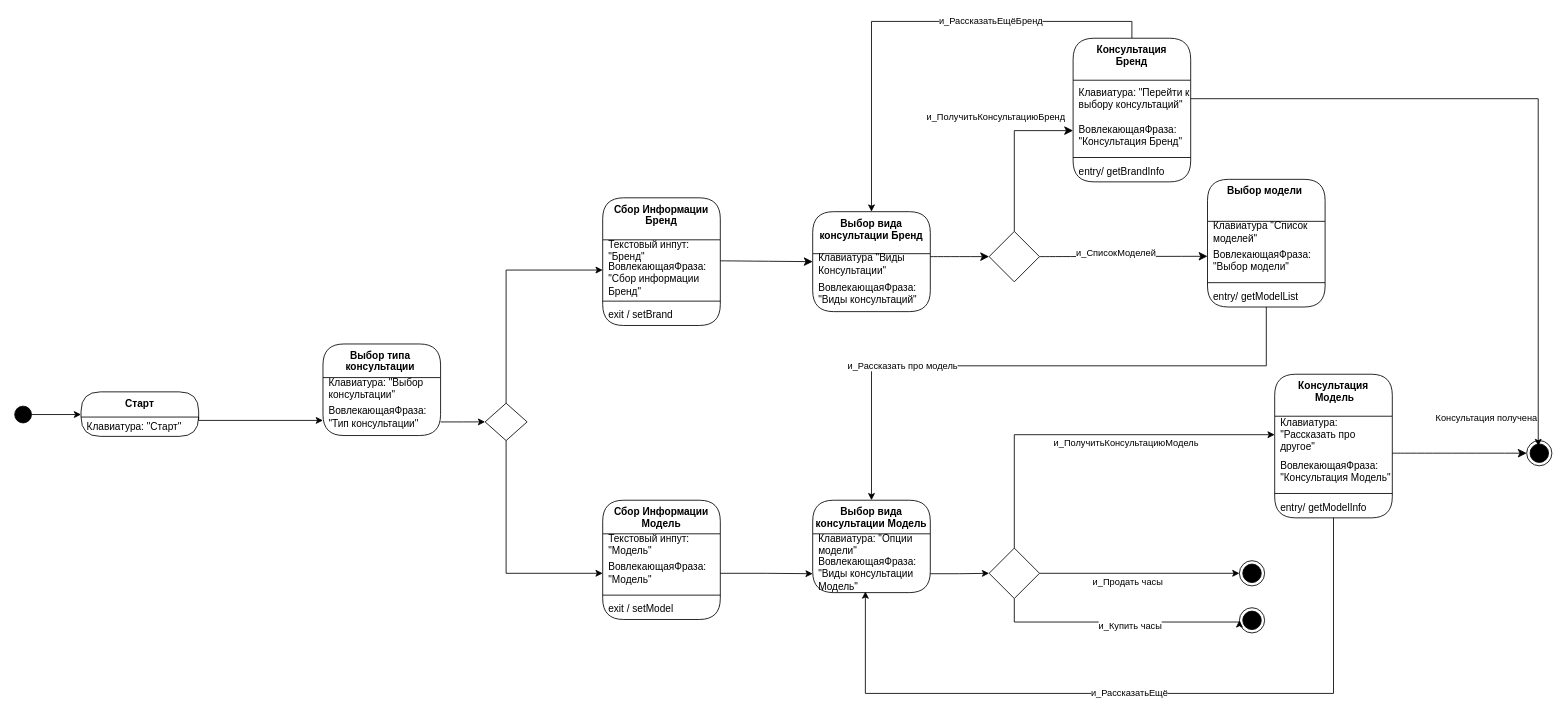
Earlier version of the draw.io diagram page "Сценарий4_Консультации" (4 of 6) of ai_assistent.drawio (careock/aiassistant). Source tidied: cells renumbered, new cells numbered last; positions are measured from the earlier drawing's top-left corner, leaving out a move shared by most shapes. Both pictures are drawn from the tidied source at 84%, with x=0, y=0 at pixel (14, 38).
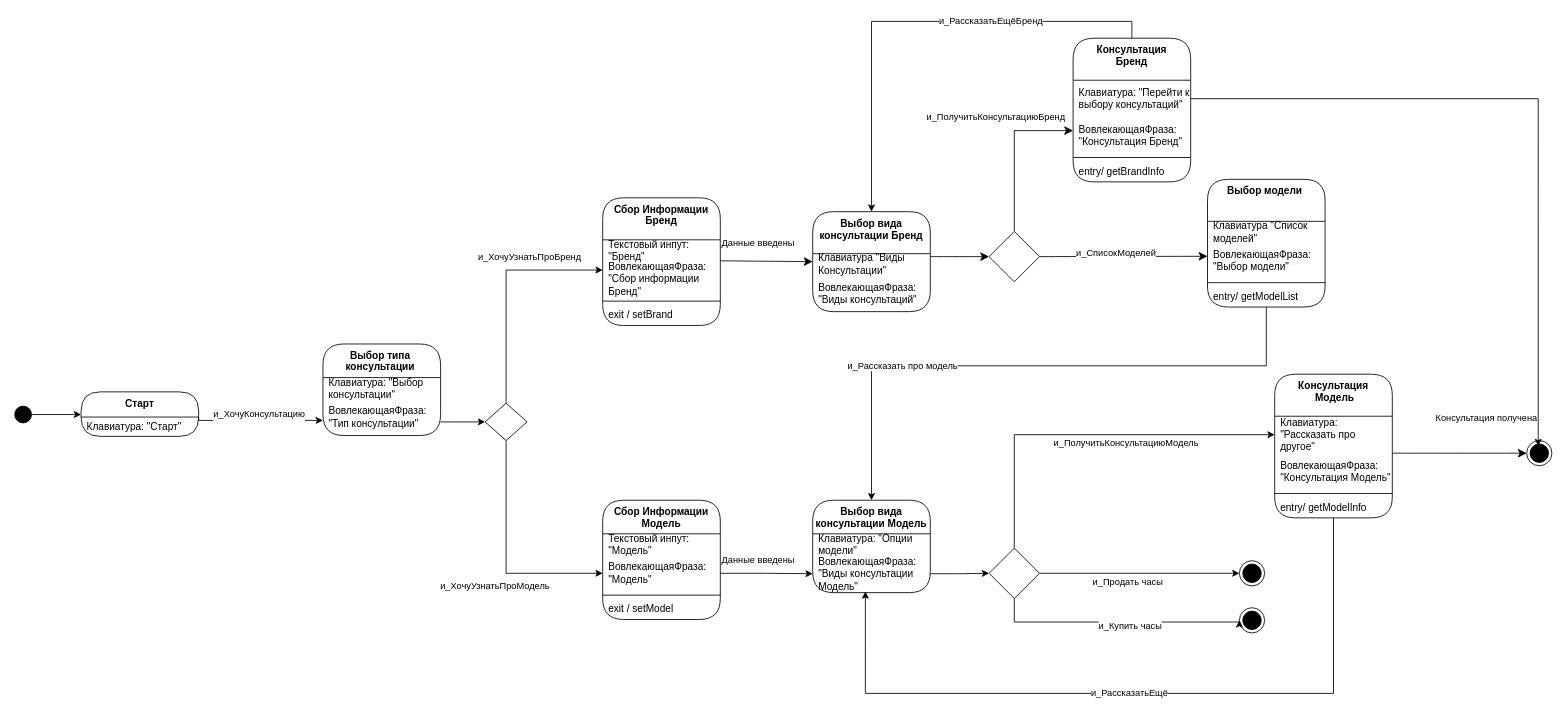
The same page after the edit.

The change refers to these unchanged cells:
```xml
<mxCell id="5" value="Клавиатура: &quot;Старт&quot;" style="fillColor=none;strokeColor=none;align=left;verticalAlign=middle;spacingLeft=5;whiteSpace=wrap;html=1;" parent="4" vertex="1">
  <mxGeometry y="30" width="140" height="23" as="geometry" />
</mxCell>
<mxCell id="8" value="ВовлекающаяФраза: &quot;Тип консультации&quot;" style="fillColor=none;strokeColor=none;align=left;verticalAlign=middle;spacingLeft=5;whiteSpace=wrap;html=1;" parent="6" vertex="1">
  <mxGeometry y="65" width="140" height="44" as="geometry" />
</mxCell>
```

What changed in the source:
```diff
@@
-    <mxCell id="9" style="edgeStyle=orthogonalEdgeStyle;rounded=0;jettySize=auto;html=1;exitX=1;exitY=0;exitDx=0;exitDy=0;" parent="1" edge="1" source="5" target="8">
+    <mxCell id="9" value="&#10;&lt;span style=&quot;color: rgb(0, 0, 0); font-family: Helvetica; font-size: 11px; font-style: normal; font-variant-ligatures: normal; font-variant-caps: normal; font-weight: 400; letter-spacing: normal; orphans: 2; text-align: center; text-indent: 0px; text-transform: none; widows: 2; word-spacing: 0px; -webkit-text-stroke-width: 0px; background-color: rgb(255, 255, 255); text-decoration-thickness: initial; text-decoration-style: initial; text-decoration-color: initial; float: none; display: inline !important;&quot;&gt;и_ХочуКонсультацию&lt;/span&gt;&#10;&#10;" style="edgeStyle=orthogonalEdgeStyle;rounded=0;jettySize=auto;html=1;exitX=1;exitY=0;exitDx=0;exitDy=0;" parent="1" edge="1" source="5" target="8">
       <mxGeometry relative="1" as="geometry">
         <Array as="points">
           <mxPoint x="219" y="455" />
         </Array>
       </mxGeometry>
     </mxCell>
@@
+    <mxCell id="76" value="&lt;span style=&quot;color: rgb(0, 0, 0); font-family: Helvetica; font-size: 11px; font-style: normal; font-variant-ligatures: normal; font-variant-caps: normal; font-weight: 400; letter-spacing: normal; orphans: 2; text-align: center; text-indent: 0px; text-transform: none; widows: 2; word-spacing: 0px; -webkit-text-stroke-width: 0px; background-color: rgb(255, 255, 255); text-decoration-thickness: initial; text-decoration-style: initial; text-decoration-color: initial; float: none; display: inline !important;&quot;&gt;и_ХочуУзнатьПроБренд&lt;/span&gt;" style="text;whiteSpace=wrap;html=1;" parent="1" vertex="1">
+      <mxGeometry x="550" y="246" width="160" height="40" as="geometry" />
+    </mxCell>
+    <mxCell id="77" value="&lt;span style=&quot;color: rgb(0, 0, 0); font-family: Helvetica; font-size: 11px; font-style: normal; font-variant-ligatures: normal; font-variant-caps: normal; font-weight: 400; letter-spacing: normal; orphans: 2; text-align: center; text-indent: 0px; text-transform: none; widows: 2; word-spacing: 0px; -webkit-text-stroke-width: 0px; background-color: rgb(255, 255, 255); text-decoration-thickness: initial; text-decoration-style: initial; text-decoration-color: initial; float: none; display: inline !important;&quot;&gt;и_ХочуУзнатьПроМодель&lt;/span&gt;" style="text;whiteSpace=wrap;html=1;" parent="1" vertex="1">
+      <mxGeometry x="505" y="638" width="160" height="40" as="geometry" />
+    </mxCell>
+    <mxCell id="78" value="&lt;span style=&quot;color: rgb(0, 0, 0); font-family: Helvetica; font-size: 11px; font-style: normal; font-variant-ligatures: normal; font-variant-caps: normal; font-weight: 400; letter-spacing: normal; orphans: 2; text-align: center; text-indent: 0px; text-transform: none; widows: 2; word-spacing: 0px; -webkit-text-stroke-width: 0px; background-color: rgb(255, 255, 255); text-decoration-thickness: initial; text-decoration-style: initial; text-decoration-color: initial; float: none; display: inline !important;&quot;&gt;Данные введены&lt;/span&gt;" style="text;whiteSpace=wrap;html=1;" parent="1" vertex="1">
+      <mxGeometry x="840" y="607" width="120" height="40" as="geometry" />
+    </mxCell>
+    <mxCell id="79" value="&lt;span style=&quot;color: rgb(0, 0, 0); font-family: Helvetica; font-size: 11px; font-style: normal; font-variant-ligatures: normal; font-variant-caps: normal; font-weight: 400; letter-spacing: normal; orphans: 2; text-align: center; text-indent: 0px; text-transform: none; widows: 2; word-spacing: 0px; -webkit-text-stroke-width: 0px; background-color: rgb(255, 255, 255); text-decoration-thickness: initial; text-decoration-style: initial; text-decoration-color: initial; float: none; display: inline !important;&quot;&gt;Данные введены&lt;/span&gt;" style="text;whiteSpace=wrap;html=1;" parent="1" vertex="1">
+      <mxGeometry x="840" y="230" width="120" height="40" as="geometry" />
+    </mxCell>
```
